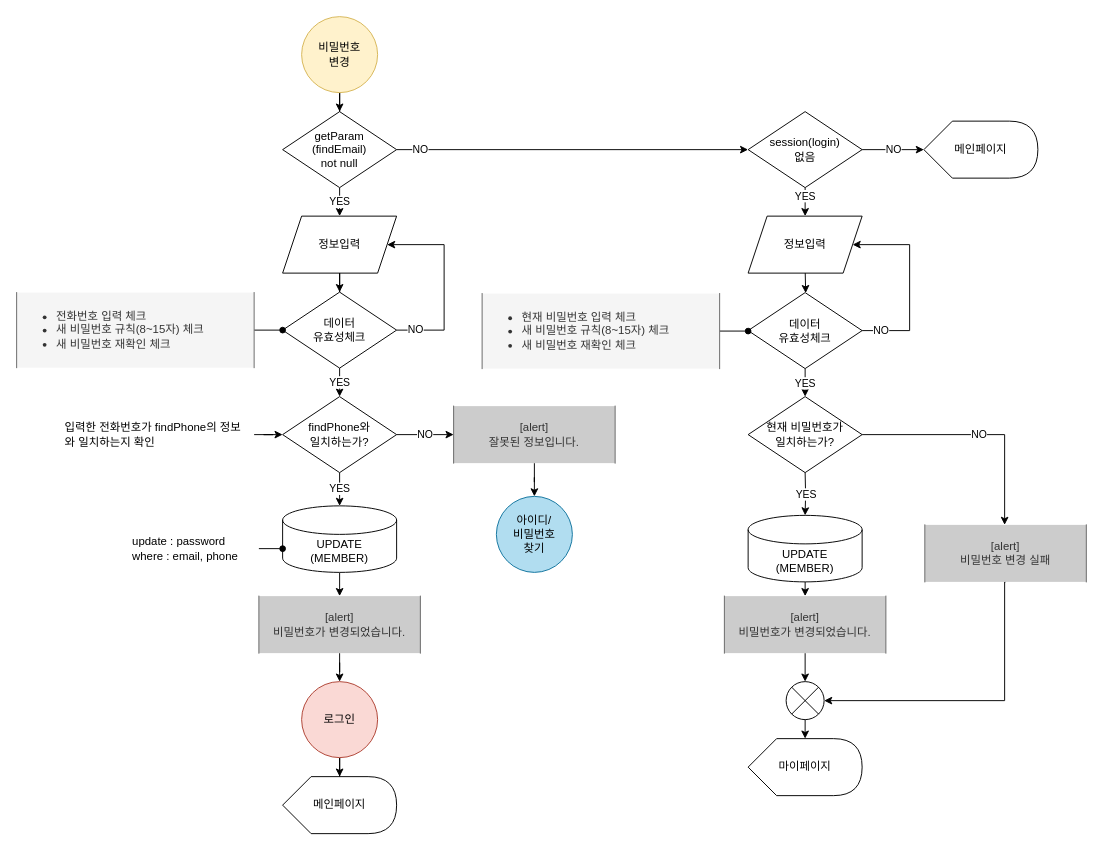
Before: page "비밀번호 변경" (5 of 8) of 설계/데이터흐름도/회원 flowchart(혜진).drawio in hjkim27/TEAM_Project, a draw.io diagram. Source tidied: cells renumbered, new cells numbered last; positions are measured from the earlier drawing's top-left corner, leaving out a move shared by most shapes. Both pictures are drawn from the tidied source at 95%, with x=0, y=0 at pixel (16, 16).
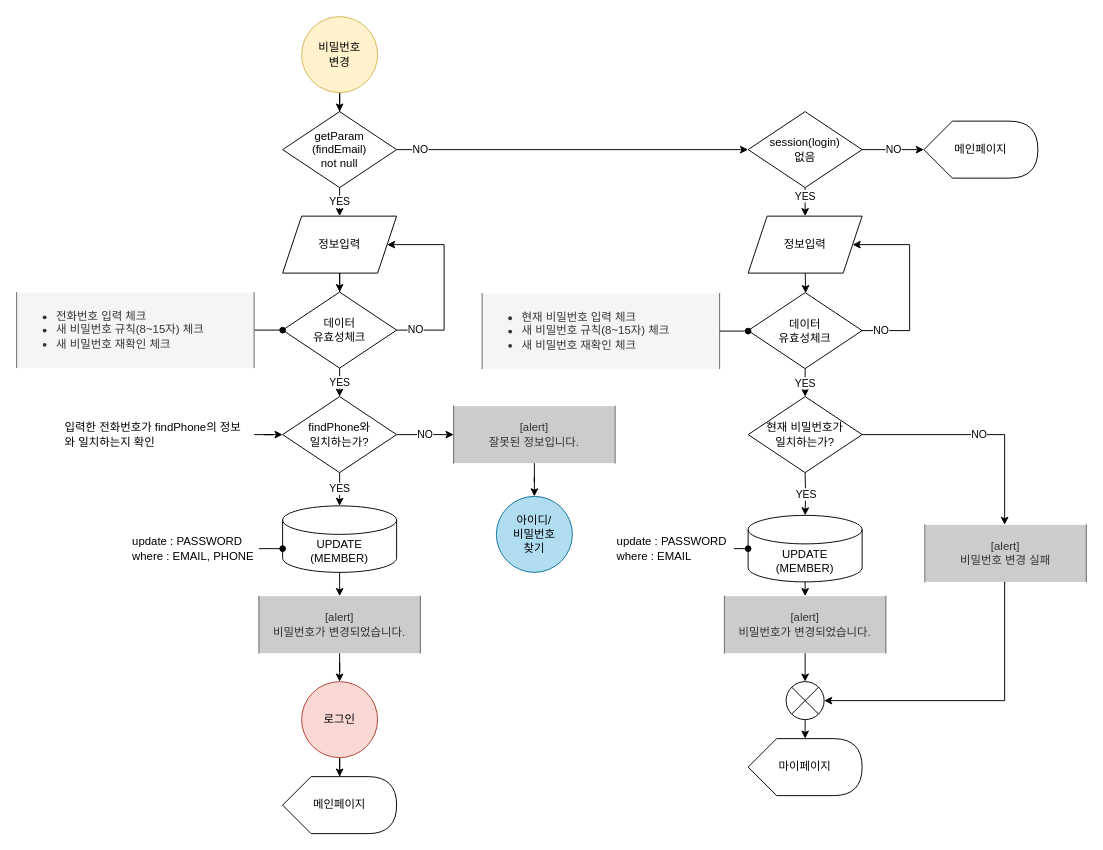
The same diagram, later.

The change refers to these unchanged cells:
```xml
<mxCell id="51" value="UPDATE&lt;br&gt;(MEMBER)" style="shape=cylinder3;whiteSpace=wrap;html=1;boundedLbl=1;backgroundOutline=1;size=15;strokeWidth=1;align=center;" parent="1" vertex="1">
  <mxGeometry x="770" y="525" width="120" height="70" as="geometry" />
</mxCell>
```

The edit, as a diff of the source:
```diff
@@
-    <mxCell id="53" value="&lt;div&gt;update : password&lt;/div&gt;&lt;div&gt;where : email, phone&lt;/div&gt;" style="text;html=1;strokeColor=none;fillColor=none;align=left;verticalAlign=middle;whiteSpace=wrap;rounded=0;" parent="1" vertex="1">
+    <mxCell id="53" value="&lt;div&gt;update : PASSWORD&lt;/div&gt;&lt;div&gt;where : EMAIL, PHONE&lt;/div&gt;" style="text;html=1;strokeColor=none;fillColor=none;align=left;verticalAlign=middle;whiteSpace=wrap;rounded=0;" parent="1" vertex="1">
       <mxGeometry x="120" y="545" width="135" height="30" as="geometry" />
     </mxCell>
+    <mxCell id="54" style="edgeStyle=orthogonalEdgeStyle;rounded=0;jettySize=auto;html=1;exitX=1;exitY=0.5;exitDx=0;exitDy=0;entryX=0;entryY=0.5;entryDx=0;entryDy=0;entryPerimeter=0;endArrow=oval;endFill=1;" parent="1" edge="1" source="55" target="51">
+      <mxGeometry relative="1" as="geometry" />
+    </mxCell>
+    <mxCell id="55" value="&lt;div&gt;update : PASSWORD&lt;/div&gt;&lt;div&gt;where : EMAIL&lt;/div&gt;" style="text;html=1;strokeColor=none;fillColor=none;align=left;verticalAlign=middle;whiteSpace=wrap;rounded=0;" parent="1" vertex="1">
+      <mxGeometry x="630" y="545" width="125" height="30" as="geometry" />
+    </mxCell>
```
